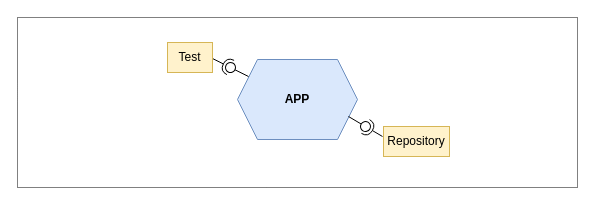
The draw.io diagram page "Hex" (11 of 12) of diagrams/1.drawio in alicemunsal/dohex, before the edit. Source tidied: cells renumbered, new cells numbered last; positions are measured from the earlier drawing's top-left corner, leaving out a move shared by most shapes. Both pictures are drawn from the tidied source at 100%, with x=0, y=0 at pixel (17, 17).
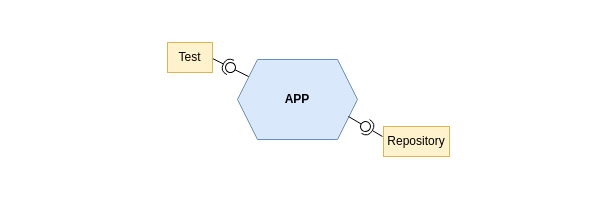
The same page after the edit.

What changed in the source:
```diff
@@
 <mxGraphModel>
   <root>
     <mxCell id="0" />
     <mxCell id="1" parent="0" />
     <mxCell id="2" value="APP" style="shape=hexagon;perimeter=hexagonPerimeter2;whiteSpace=wrap;html=1;fixedSize=1;rotation=0;fillColor=#dae8fc;strokeColor=#6c8ebf;fontStyle=1;" parent="1" vertex="1">
       <mxGeometry x="220" y="42" width="120" height="80" as="geometry" />
     </mxCell>
     <mxCell id="3" style="group;rotation=-153;" parent="1" vertex="1">
       <mxGeometry x="193" y="45" width="40" height="10" as="geometry" />
     </mxCell>
     <mxCell id="4" style="rounded=0;jettySize=auto;html=1;endArrow=none;endFill=0;sketch=0;sourcePerimeterSpacing=0;targetPerimeterSpacing=0;" parent="3" edge="1" target="6">
       <mxGeometry relative="1" as="geometry">
         <mxPoint x="38" y="14" as="sourcePoint" />
       </mxGeometry>
     </mxCell>
     <mxCell id="5" style="rounded=0;jettySize=auto;html=1;endArrow=halfCircle;endFill=0;entryX=0.5;entryY=0.5;endSize=6;strokeWidth=1;sketch=0;" parent="3" edge="1" target="6">
       <mxGeometry relative="1" as="geometry">
         <mxPoint x="2" y="-4" as="sourcePoint" />
       </mxGeometry>
     </mxCell>
     <mxCell id="6" style="ellipse;whiteSpace=wrap;html=1;align=center;points=[];outlineConnect=0;sketch=0;rotation=-153;" parent="3" vertex="1">
       <mxGeometry x="15" width="10" height="10" as="geometry" />
     </mxCell>
     <mxCell id="7" value="Test" style="rounded=0;whiteSpace=wrap;html=1;fillColor=#fff2cc;strokeColor=#d6b656;fontSize=12;" parent="1" vertex="1">
       <mxGeometry x="150" y="25" width="45" height="30" as="geometry" />
     </mxCell>
     <mxCell id="8" value="Repository" style="rounded=0;whiteSpace=wrap;html=1;fillColor=#fff2cc;strokeColor=#d6b656;fontSize=12;" parent="1" vertex="1">
       <mxGeometry x="366" y="109" width="66" height="30" as="geometry" />
     </mxCell>
     <mxCell id="9" style="group;rotation=30;" parent="1" vertex="1">
       <mxGeometry x="328" y="104" width="40" height="10" as="geometry" />
     </mxCell>
     <mxCell id="10" style="rounded=0;jettySize=auto;html=1;endArrow=none;endFill=0;sketch=0;sourcePerimeterSpacing=0;targetPerimeterSpacing=0;" parent="9" edge="1" target="12">
       <mxGeometry relative="1" as="geometry">
         <mxPoint x="3" y="-5" as="sourcePoint" />
       </mxGeometry>
     </mxCell>
     <mxCell id="11" style="rounded=0;jettySize=auto;html=1;endArrow=halfCircle;endFill=0;entryX=0.5;entryY=0.5;endSize=6;strokeWidth=1;sketch=0;" parent="9" edge="1" target="12">
       <mxGeometry relative="1" as="geometry">
         <mxPoint x="37" y="15" as="sourcePoint" />
       </mxGeometry>
     </mxCell>
     <mxCell id="12" style="ellipse;whiteSpace=wrap;html=1;align=center;points=[];outlineConnect=0;sketch=0;rotation=30;" parent="9" vertex="1">
       <mxGeometry x="15" width="10" height="10" as="geometry" />
     </mxCell>
-    <mxCell id="13" style="rounded=0;whiteSpace=wrap;html=1;fontSize=12;strokeWidth=1;dashed=1;dashPattern=1 1;perimeterSpacing=1;fillColor=none;" parent="1" vertex="1">
-      <mxGeometry width="560" height="170" as="geometry" />
-    </mxCell>
   </root>
 </mxGraphModel>
```
